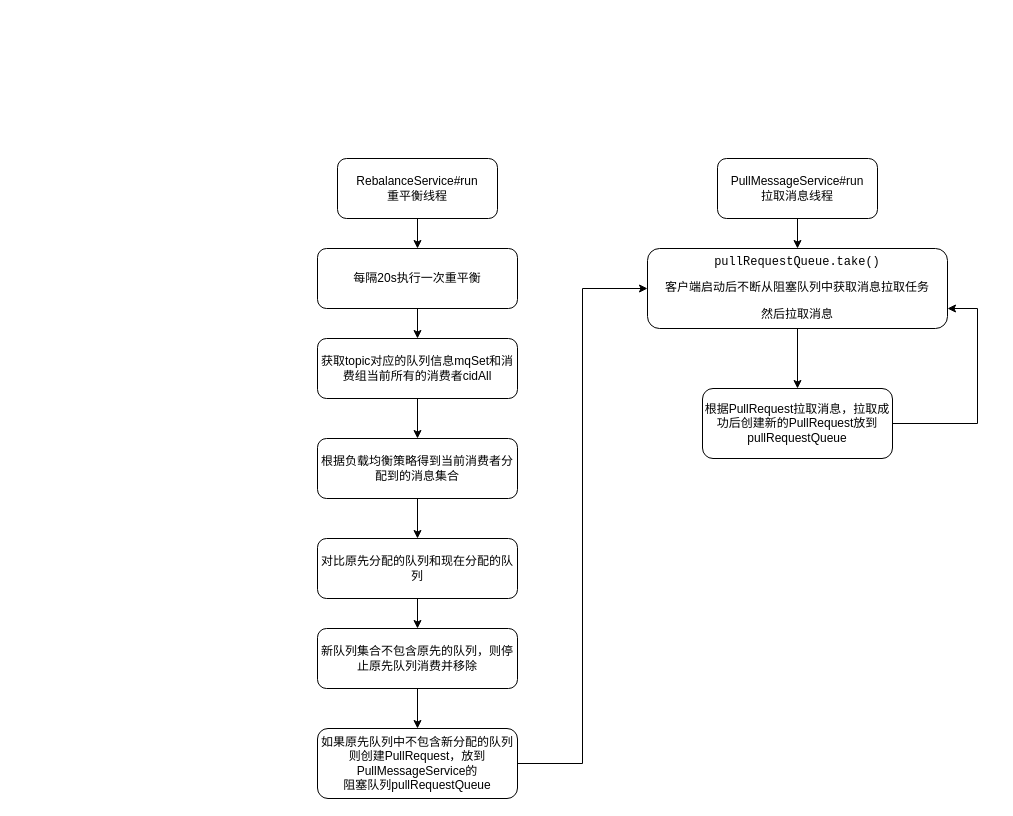
Earlier version of the draw.io diagram rocketmq/消息重平衡流程.drawio (erlieStar/diagrams). Source tidied: cells renumbered, new cells numbered last; positions are measured from the earlier drawing's top-left corner, leaving out a move shared by most shapes. Both pictures are drawn from the tidied source at 100%, with x=0, y=0 at pixel (317, 158).
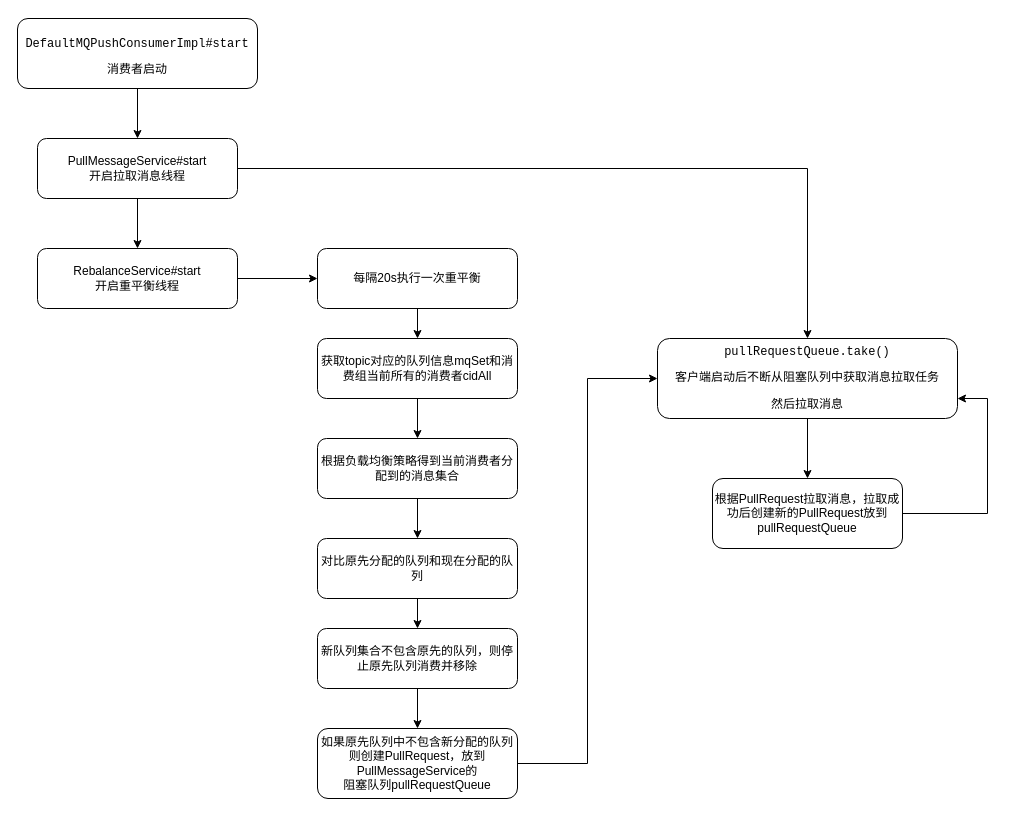
The same diagram, later.

Commit message:
Update 消息重平衡流程.drawio

The edit, as a diff of the source:
```diff
@@
-    <mxCell id="3" value="RebalanceService#run&lt;br&gt;重平衡线程" style="rounded=1;whiteSpace=wrap;html=1;" parent="1" vertex="1">
-      <mxGeometry x="20" width="160" height="60" as="geometry" />
+    <mxCell id="3" value="RebalanceService#start&lt;br&gt;开启重平衡线程" style="rounded=1;whiteSpace=wrap;html=1;" parent="1" vertex="1">
+      <mxGeometry x="-280" y="90" width="200" height="60" as="geometry" />
     </mxCell>
@@
+    <mxCell id="22" style="edgeStyle=orthogonalEdgeStyle;rounded=0;jettySize=auto;html=1;" parent="1" edge="1" source="13" target="3">
+      <mxGeometry relative="1" as="geometry" />
+    </mxCell>
-    <mxCell id="13" value="PullMessageService#run&lt;br&gt;拉取消息线程" style="rounded=1;whiteSpace=wrap;html=1;" parent="1" vertex="1">
-      <mxGeometry x="400" width="160" height="60" as="geometry" />
+    <mxCell id="13" value="PullMessageService#start&lt;br&gt;开启拉取消息线程" style="rounded=1;whiteSpace=wrap;html=1;" parent="1" vertex="1">
+      <mxGeometry x="-280" y="-20" width="200" height="60" as="geometry" />
     </mxCell>
@@
     <mxCell id="15" value="&lt;pre&gt;pullRequestQueue.take()&lt;/pre&gt;&lt;pre&gt;&lt;pre&gt;客户端启动后不断从阻塞队列中获取消息拉取任务&lt;/pre&gt;&lt;pre&gt;然后拉取消息&lt;/pre&gt;&lt;/pre&gt;" style="rounded=1;whiteSpace=wrap;html=1;" parent="1" vertex="1">
-      <mxGeometry x="330" y="90" width="300" height="80" as="geometry" />
+      <mxGeometry x="340" y="180" width="300" height="80" as="geometry" />
     </mxCell>
@@
     <mxCell id="18" style="edgeStyle=orthogonalEdgeStyle;rounded=0;jettySize=auto;html=1;exitX=1;exitY=0.5;exitDx=0;exitDy=0;entryX=1;entryY=0.75;entryDx=0;entryDy=0;" parent="1" edge="1" source="19" target="15">
       <mxGeometry relative="1" as="geometry">
         <Array as="points">
-          <mxPoint x="660" y="265" />
-          <mxPoint x="660" y="150" />
+          <mxPoint x="670" y="355" />
+          <mxPoint x="670" y="240" />
         </Array>
       </mxGeometry>
     </mxCell>
     <mxCell id="19" value="根据PullRequest拉取消息，拉取成功后创建新的PullRequest放到&lt;span&gt;pullRequestQueue&lt;/span&gt;" style="rounded=1;whiteSpace=wrap;html=1;" parent="1" vertex="1">
-      <mxGeometry x="385" y="230" width="190" height="70" as="geometry" />
+      <mxGeometry x="395" y="320" width="190" height="70" as="geometry" />
     </mxCell>
@@
+    <mxCell id="23" style="edgeStyle=orthogonalEdgeStyle;rounded=0;jettySize=auto;html=1;" parent="1" edge="1" source="24" target="13">
+      <mxGeometry relative="1" as="geometry" />
+    </mxCell>
+    <mxCell id="24" value="&lt;pre&gt;DefaultMQPushConsumerImpl#start&lt;font color=&quot;#a9b7c6&quot; face=&quot;menlo&quot; style=&quot;background-color: rgb(43 , 43 , 43)&quot;&gt;&lt;span style=&quot;font-size: 13.5pt&quot;&gt;&lt;br&gt;&lt;/span&gt;&lt;/font&gt;&lt;/pre&gt;&lt;pre&gt;消费者启动&lt;/pre&gt;" style="rounded=1;whiteSpace=wrap;html=1;" parent="1" vertex="1">
+      <mxGeometry x="-300" y="-140" width="240" height="70" as="geometry" />
+    </mxCell>
```
